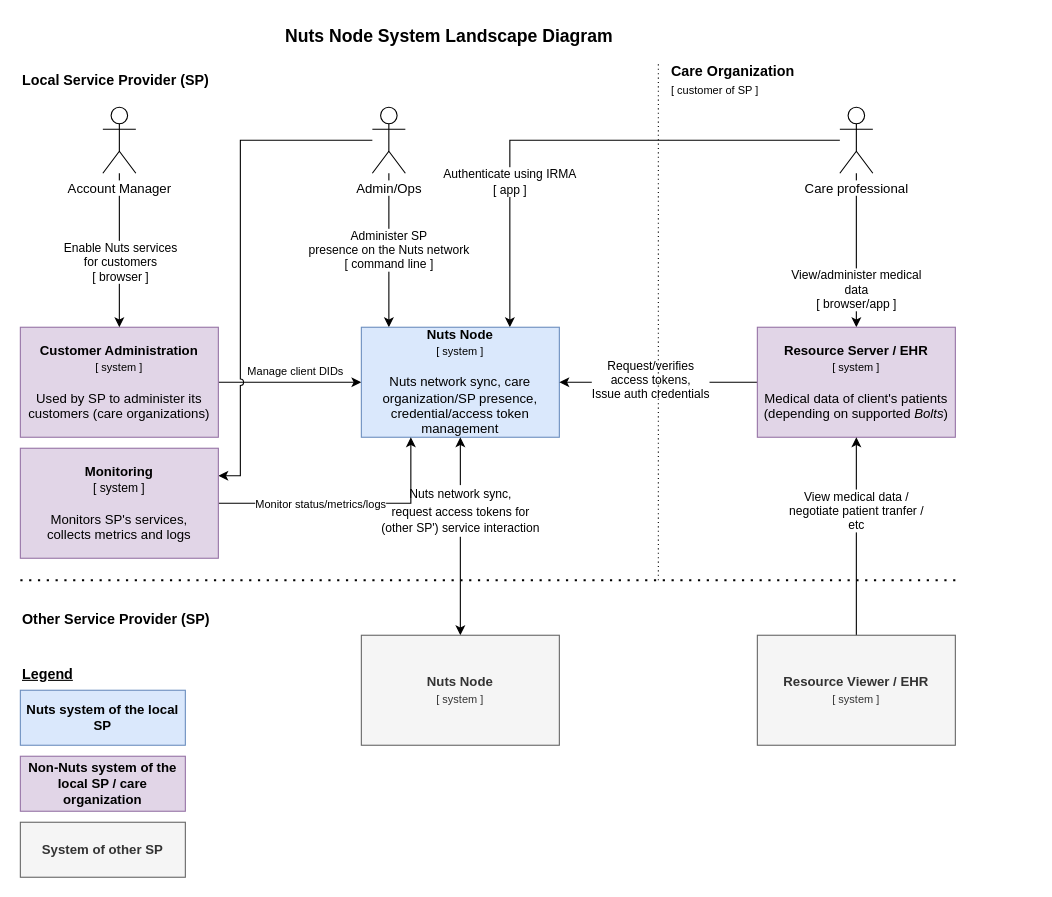
Before: page "System Landscape Diagram" (2 of 2) of docs/diagrams/deployment-diagram.drawio in nuts-foundation/nuts-node, a draw.io diagram. Source tidied: cells renumbered, new cells numbered last; positions are measured from the earlier drawing's top-left corner, leaving out a move shared by most shapes. Both pictures are drawn from the tidied source at 110%, with x=0, y=0 at pixel (20, 19).
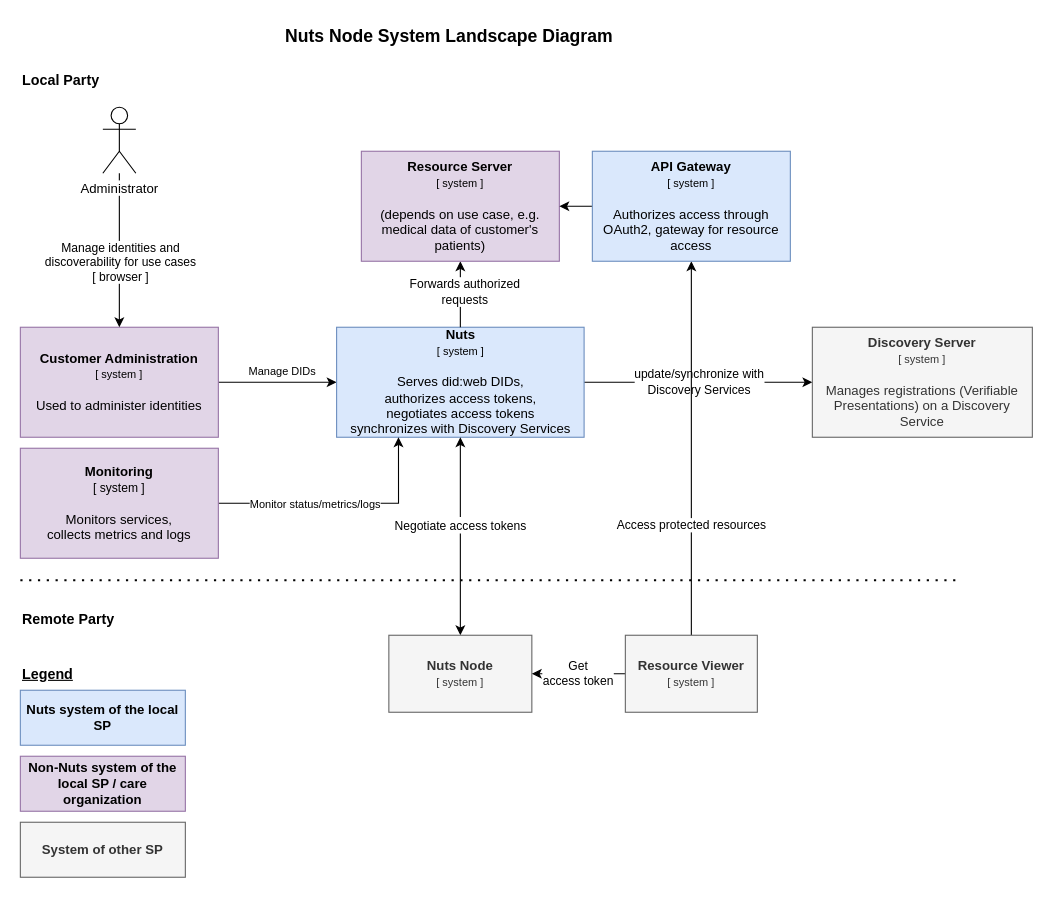
Above is the later version.

Unchanged cells that the change refers to:
```xml
<mxCell id="14" style="edgeStyle=orthogonalEdgeStyle;rounded=0;jettySize=auto;html=1;fontSize=10;entryX=0.5;entryY=0;entryDx=0;entryDy=0;" parent="1" edge="1" source="16" target="3">
  <mxGeometry relative="1" as="geometry" />
</mxCell>
```

Diff of the diagram source:
```diff
@@
-    <mxCell id="2" value="Manage client DIDs" style="edgeStyle=orthogonalEdgeStyle;rounded=0;jettySize=auto;html=1;fontSize=10;entryX=0;entryY=0.5;entryDx=0;entryDy=0;" parent="1" edge="1" source="3" target="10">
+    <mxCell id="2" value="Manage DIDs" style="edgeStyle=orthogonalEdgeStyle;rounded=0;jettySize=auto;html=1;fontSize=10;entryX=0;entryY=0.5;entryDx=0;entryDy=0;" parent="1" edge="1" source="3" target="10">
       <mxGeometry x="0.08" y="10" relative="1" as="geometry" />
     </mxCell>
-    <mxCell id="3" value="&lt;b&gt;Customer Administration&lt;br&gt;&lt;/b&gt;&lt;font style=&quot;font-size: 10px;&quot;&gt;[ system ]&lt;/font&gt;&lt;br&gt;&lt;br&gt;Used by SP to administer its customers (care organizations)" style="rounded=0;whiteSpace=wrap;html=1;fillColor=#e1d5e7;strokeColor=#9673a6;" parent="1" vertex="1">
+    <mxCell id="3" value="&lt;b&gt;Customer Administration&lt;br&gt;&lt;/b&gt;&lt;font style=&quot;font-size: 10px;&quot;&gt;[ system ]&lt;/font&gt;&lt;br&gt;&lt;br&gt;Used to administer identities" style="rounded=0;whiteSpace=wrap;html=1;fillColor=#e1d5e7;strokeColor=#9673a6;" parent="1" vertex="1">
       <mxGeometry y="280" width="180" height="100" as="geometry" />
     </mxCell>
-    <mxCell id="4" value="Administer SP&lt;br&gt;presence on the Nuts network&lt;br&gt;[ command line ]" style="edgeStyle=orthogonalEdgeStyle;rounded=0;jettySize=auto;html=1;entryX=0.139;entryY=0;entryDx=0;entryDy=0;entryPerimeter=0;" parent="1" edge="1" source="6" target="10">
-      <mxGeometry relative="1" as="geometry" />
-    </mxCell>
-    <mxCell id="5" style="edgeStyle=orthogonalEdgeStyle;rounded=0;jettySize=auto;html=1;fontSize=10;strokeWidth=1;entryX=1;entryY=0.25;entryDx=0;entryDy=0;jumpStyle=arc;" parent="1" edge="1" source="6" target="33">
-      <mxGeometry relative="1" as="geometry">
-        <Array as="points">
-          <mxPoint x="200" y="110" />
-          <mxPoint x="200" y="415" />
-        </Array>
-      </mxGeometry>
-    </mxCell>
-    <mxCell id="6" value="&lt;span style=&quot;background-color: rgb(255, 255, 255);&quot;&gt;Admin/Ops&lt;br&gt;&lt;/span&gt;" style="shape=umlActor;verticalLabelPosition=bottom;verticalAlign=top;html=1;outlineConnect=0;" parent="1" vertex="1">
-      <mxGeometry x="320" y="80" width="30" height="60" as="geometry" />
-    </mxCell>
-    <mxCell id="7" value="Authenticate using IRMA&lt;br&gt;[ app ]" style="edgeStyle=orthogonalEdgeStyle;rounded=0;jettySize=auto;html=1;entryX=0.75;entryY=0;entryDx=0;entryDy=0;" parent="1" edge="1" source="9" target="10">
-      <mxGeometry x="0.44" relative="1" as="geometry" />
-    </mxCell>
-    <mxCell id="8" value="&lt;font style=&quot;font-size: 11px;&quot;&gt;View/administer medical&lt;br&gt;data&lt;br&gt;[ browser/app ]&lt;br&gt;&lt;/font&gt;" style="edgeStyle=orthogonalEdgeStyle;rounded=0;jettySize=auto;html=1;fontSize=10;entryX=0.5;entryY=0;entryDx=0;entryDy=0;" parent="1" edge="1" source="9" target="13">
-      <mxGeometry x="0.52" relative="1" as="geometry" />
-    </mxCell>
-    <mxCell id="9" value="&lt;span style=&quot;background-color: rgb(255, 255, 255);&quot;&gt;Care professional&lt;br&gt;&lt;/span&gt;" style="shape=umlActor;verticalLabelPosition=bottom;verticalAlign=top;html=1;outlineConnect=0;" parent="1" vertex="1">
-      <mxGeometry x="745" y="80" width="30" height="60" as="geometry" />
-    </mxCell>
+    <mxCell id="34" value="update/synchronize with&lt;div&gt;Discovery Services&lt;/div&gt;" style="edgeStyle=orthogonalEdgeStyle;rounded=0;jettySize=auto;html=1;entryX=0;entryY=0.5;entryDx=0;entryDy=0;" parent="1" edge="1" source="10" target="38">
+      <mxGeometry relative="1" as="geometry" />
+    </mxCell>
-    <mxCell id="10" value="&lt;b&gt;Nuts Node&lt;br&gt;&lt;/b&gt;&lt;font style=&quot;font-size: 10px;&quot;&gt;[ system ]&lt;/font&gt;&lt;br&gt;&lt;br&gt;Nuts network sync, care organization/SP presence, credential/access token management" style="rounded=0;whiteSpace=wrap;html=1;fillColor=#dae8fc;strokeColor=#6c8ebf;" parent="1" vertex="1">
-      <mxGeometry x="310" y="280" width="180" height="100" as="geometry" />
+    <mxCell id="10" value="&lt;b&gt;Nuts&lt;br&gt;&lt;/b&gt;&lt;font style=&quot;font-size: 10px;&quot;&gt;[ system ]&lt;/font&gt;&lt;br&gt;&lt;br&gt;Serves did:web DIDs,&lt;div&gt;authorizes access tokens,&lt;/div&gt;&lt;div&gt;negotiates access tokens&lt;/div&gt;&lt;div&gt;synchronizes with Discovery Services&lt;/div&gt;" style="rounded=0;whiteSpace=wrap;html=1;fillColor=#dae8fc;strokeColor=#6c8ebf;" parent="1" vertex="1">
+      <mxGeometry x="287.5" y="280" width="225" height="100" as="geometry" />
     </mxCell>
-    <mxCell id="11" style="edgeStyle=orthogonalEdgeStyle;rounded=0;jettySize=auto;html=1;fontSize=11;strokeWidth=1;" parent="1" edge="1" source="13" target="10">
+    <mxCell id="11" style="edgeStyle=orthogonalEdgeStyle;rounded=0;jettySize=auto;html=1;fontSize=11;strokeWidth=1;entryX=0.5;entryY=1;entryDx=0;entryDy=0;exitX=0.5;exitY=0;exitDx=0;exitDy=0;" parent="1" edge="1" source="10" target="13">
       <mxGeometry relative="1" as="geometry" />
     </mxCell>
-    <mxCell id="12" value="Request/verifies&lt;br&gt;access tokens,&lt;br&gt;Issue auth credentials" style="edgeLabel;html=1;align=center;verticalAlign=middle;fontSize=11;" parent="11" vertex="1">
+    <mxCell id="12" value="Forwards authorized&lt;div&gt;requests&lt;/div&gt;" style="edgeLabel;html=1;align=center;verticalAlign=middle;fontSize=11;" parent="11" vertex="1">
       <mxGeometry x="0.09" y="-3" relative="1" as="geometry" />
     </mxCell>
-    <mxCell id="13" value="&lt;font style=&quot;&quot;&gt;&lt;b&gt;Resource Server / EHR&lt;br&gt;&lt;/b&gt;&lt;/font&gt;&lt;font style=&quot;font-size: 10px;&quot;&gt;[ system ]&lt;/font&gt;&lt;br&gt;&lt;br&gt;Medical data of client's patients&lt;br&gt;(depending on supported&amp;nbsp;&lt;i&gt;Bolts&lt;/i&gt;)" style="rounded=0;whiteSpace=wrap;html=1;fillColor=#e1d5e7;strokeColor=#9673a6;" parent="1" vertex="1">
-      <mxGeometry x="670" y="280" width="180" height="100" as="geometry" />
+    <mxCell id="13" value="&lt;font style=&quot;&quot;&gt;&lt;b&gt;Resource Server&lt;br&gt;&lt;/b&gt;&lt;/font&gt;&lt;font style=&quot;font-size: 10px;&quot;&gt;[ system ]&lt;/font&gt;&lt;br&gt;&lt;br&gt;(depends on use case, e.g. medical data of customer's patients)" style="rounded=0;whiteSpace=wrap;html=1;fillColor=#e1d5e7;strokeColor=#9673a6;" parent="1" vertex="1">
+      <mxGeometry x="310" y="120" width="180" height="100" as="geometry" />
     </mxCell>
@@
-    <mxCell id="15" value="&lt;font style=&quot;font-size: 11px;&quot;&gt;Enable Nuts services&lt;br&gt;for customers&lt;br&gt;[ browser ]&lt;br&gt;&lt;/font&gt;" style="edgeLabel;html=1;align=center;verticalAlign=middle;fontSize=10;" parent="14" vertex="1">
+    <mxCell id="15" value="&lt;font style=&quot;font-size: 11px;&quot;&gt;Manage identities and&lt;div style=&quot;font-size: 10px;&quot;&gt;&lt;font style=&quot;font-size: 11px;&quot;&gt;discoverability for use cases&lt;br&gt;[ browser ]&lt;/font&gt;&lt;/div&gt;&lt;/font&gt;" style="edgeLabel;html=1;align=center;verticalAlign=middle;fontSize=10;" parent="14" vertex="1">
       <mxGeometry x="-0.09" y="2" relative="1" as="geometry">
         <mxPoint x="-2" y="16" as="offset" />
       </mxGeometry>
     </mxCell>
-    <mxCell id="16" value="&lt;span style=&quot;background-color: rgb(255, 255, 255);&quot;&gt;Account Manager&lt;br&gt;&lt;/span&gt;" style="shape=umlActor;verticalLabelPosition=bottom;verticalAlign=top;html=1;outlineConnect=0;" parent="1" vertex="1">
+    <mxCell id="16" value="&lt;span style=&quot;background-color: rgb(255, 255, 255);&quot;&gt;Administrator&lt;br&gt;&lt;/span&gt;" style="shape=umlActor;verticalLabelPosition=bottom;verticalAlign=top;html=1;outlineConnect=0;" parent="1" vertex="1">
       <mxGeometry x="75" y="80" width="30" height="60" as="geometry" />
     </mxCell>
-    <mxCell id="17" value="Local Service Provider (SP)" style="text;html=1;strokeColor=none;fillColor=none;align=left;verticalAlign=middle;whiteSpace=wrap;rounded=0;dashed=1;fontSize=13;fontStyle=1;" parent="1" vertex="1">
+    <mxCell id="17" value="Local Party" style="text;html=1;strokeColor=none;fillColor=none;align=left;verticalAlign=middle;whiteSpace=wrap;rounded=0;dashed=1;fontSize=13;fontStyle=1;" parent="1" vertex="1">
       <mxGeometry y="40" width="180" height="30" as="geometry" />
     </mxCell>
-    <mxCell id="18" value="&lt;font style=&quot;font-size: 11px;&quot;&gt;View medical data /&lt;br&gt;negotiate patient tranfer /&lt;br&gt;etc&lt;/font&gt;" style="edgeStyle=orthogonalEdgeStyle;rounded=0;jettySize=auto;html=1;fontSize=10;entryX=0.5;entryY=1;entryDx=0;entryDy=0;exitX=0.5;exitY=0;exitDx=0;exitDy=0;" parent="1" edge="1" source="21" target="13">
-      <mxGeometry x="0.25" relative="1" as="geometry" />
+    <mxCell id="18" value="&lt;span style=&quot;font-size: 11px;&quot;&gt;Access protected resources&lt;/span&gt;" style="edgeStyle=orthogonalEdgeStyle;rounded=0;jettySize=auto;html=1;fontSize=10;exitX=0.5;exitY=0;exitDx=0;exitDy=0;" parent="1" edge="1" source="21" target="37">
+      <mxGeometry x="-0.41" relative="1" as="geometry" />
     </mxCell>
-    <mxCell id="19" value="&lt;font style=&quot;font-size: 11px;&quot;&gt;Nuts network sync,&lt;br&gt;request access tokens for&lt;br&gt;(other SP') service interaction&lt;/font&gt;" style="edgeStyle=orthogonalEdgeStyle;rounded=0;jettySize=auto;html=1;fontSize=13;entryX=0.5;entryY=1;entryDx=0;entryDy=0;startArrow=classic;startFill=1;" parent="1" edge="1" source="20" target="10">
-      <mxGeometry x="0.25" relative="1" as="geometry" />
+    <mxCell id="19" value="&lt;span style=&quot;font-size: 11px;&quot;&gt;Negotiate access tokens&lt;/span&gt;" style="edgeStyle=orthogonalEdgeStyle;rounded=0;jettySize=auto;html=1;fontSize=13;entryX=0.5;entryY=1;entryDx=0;entryDy=0;startArrow=classic;startFill=1;" parent="1" edge="1" source="20" target="10">
+      <mxGeometry x="0.11" relative="1" as="geometry" />
     </mxCell>
     <mxCell id="20" value="&lt;b&gt;Nuts Node&lt;br&gt;&lt;/b&gt;&lt;font style=&quot;font-size: 10px;&quot;&gt;[ system ]&lt;/font&gt;" style="rounded=0;whiteSpace=wrap;html=1;fillColor=#f5f5f5;strokeColor=#666666;fontColor=#333333;" parent="1" vertex="1">
-      <mxGeometry x="310" y="560" width="180" height="100" as="geometry" />
+      <mxGeometry x="335" y="560" width="130" height="70" as="geometry" />
     </mxCell>
+    <mxCell id="35" value="Get&lt;div&gt;access token&lt;/div&gt;" style="edgeStyle=orthogonalEdgeStyle;rounded=0;jettySize=auto;html=1;" parent="1" edge="1" source="21" target="20">
+      <mxGeometry relative="1" as="geometry" />
+    </mxCell>
-    <mxCell id="21" value="&lt;font style=&quot;&quot;&gt;&lt;b&gt;Resource Viewer / EHR&lt;br&gt;&lt;/b&gt;&lt;/font&gt;&lt;font style=&quot;font-size: 10px;&quot;&gt;[ system ]&lt;/font&gt;" style="rounded=0;whiteSpace=wrap;html=1;fillColor=#f5f5f5;strokeColor=#666666;fontColor=#333333;" parent="1" vertex="1">
-      <mxGeometry x="670" y="560" width="180" height="100" as="geometry" />
+    <mxCell id="21" value="&lt;font style=&quot;&quot;&gt;&lt;b&gt;Resource Viewer&lt;br&gt;&lt;/b&gt;&lt;/font&gt;&lt;font style=&quot;font-size: 10px;&quot;&gt;[ system ]&lt;/font&gt;" style="rounded=0;whiteSpace=wrap;html=1;fillColor=#f5f5f5;strokeColor=#666666;fontColor=#333333;" parent="1" vertex="1">
+      <mxGeometry x="550" y="560" width="120" height="70" as="geometry" />
     </mxCell>
-    <mxCell id="22" value="Other Service Provider (SP)" style="text;html=1;strokeColor=none;fillColor=none;align=left;verticalAlign=middle;whiteSpace=wrap;rounded=0;dashed=1;fontSize=13;fontStyle=1;" parent="1" vertex="1">
+    <mxCell id="22" value="Remote Party" style="text;html=1;strokeColor=none;fillColor=none;align=left;verticalAlign=middle;whiteSpace=wrap;rounded=0;dashed=1;fontSize=13;fontStyle=1;" parent="1" vertex="1">
       <mxGeometry y="530" width="220" height="30" as="geometry" />
     </mxCell>
@@
-    <mxCell id="28" style="endArrow=none;dashed=1;html=1;dashPattern=1 3;strokeWidth=1;rounded=0;fontSize=13;" parent="1" edge="1">
-      <mxGeometry relative="1" as="geometry">
-        <mxPoint x="580" y="510" as="sourcePoint" />
-        <mxPoint x="580" y="40" as="targetPoint" />
-      </mxGeometry>
-    </mxCell>
@@
-    <mxCell id="30" value="Care Organization&lt;br&gt;&lt;span style=&quot;font-weight: normal;&quot;&gt;&lt;font style=&quot;font-size: 10px;&quot;&gt;[ customer of SP ]&lt;/font&gt;&lt;/span&gt;" style="text;html=1;strokeColor=none;fillColor=none;align=left;verticalAlign=middle;whiteSpace=wrap;rounded=0;dashed=1;fontSize=13;fontStyle=1;" parent="1" vertex="1">
-      <mxGeometry x="590" y="40" width="140" height="30" as="geometry" />
-    </mxCell>
@@
-    <mxCell id="33" value="&lt;b&gt;Monitoring&lt;br&gt;&lt;/b&gt;&lt;font style=&quot;font-size: 11px;&quot;&gt;&lt;font style=&quot;font-size: 11px;&quot;&gt;[ system ]&lt;/font&gt;&lt;br&gt;&lt;/font&gt;&lt;br&gt;Monitors SP's services,&lt;br&gt;collects metrics and logs" style="rounded=0;whiteSpace=wrap;html=1;fillColor=#e1d5e7;strokeColor=#9673a6;" parent="1" vertex="1">
+    <mxCell id="33" value="&lt;b&gt;Monitoring&lt;br&gt;&lt;/b&gt;&lt;font style=&quot;font-size: 11px;&quot;&gt;&lt;font style=&quot;font-size: 11px;&quot;&gt;[ system ]&lt;/font&gt;&lt;br&gt;&lt;/font&gt;&lt;br&gt;Monitors services,&lt;br&gt;collects metrics and logs" style="rounded=0;whiteSpace=wrap;html=1;fillColor=#e1d5e7;strokeColor=#9673a6;" parent="1" vertex="1">
       <mxGeometry y="390" width="180" height="100" as="geometry" />
     </mxCell>
+    <mxCell id="36" style="edgeStyle=orthogonalEdgeStyle;rounded=0;jettySize=auto;html=1;entryX=1;entryY=0.5;entryDx=0;entryDy=0;" parent="1" edge="1" source="37" target="13">
+      <mxGeometry relative="1" as="geometry" />
+    </mxCell>
+    <mxCell id="37" value="&lt;b&gt;API Gateway&lt;br&gt;&lt;/b&gt;&lt;font style=&quot;font-size: 10px;&quot;&gt;[ system ]&lt;/font&gt;&lt;br&gt;&lt;br&gt;Authorizes access through OAuth2, gateway for resource access" style="rounded=0;whiteSpace=wrap;html=1;fillColor=#dae8fc;strokeColor=#6c8ebf;" parent="1" vertex="1">
+      <mxGeometry x="520" y="120" width="180" height="100" as="geometry" />
+    </mxCell>
+    <mxCell id="38" value="&lt;font style=&quot;&quot;&gt;&lt;b&gt;Discovery Server&lt;br&gt;&lt;/b&gt;&lt;/font&gt;&lt;font style=&quot;font-size: 10px;&quot;&gt;[ system ]&lt;/font&gt;&lt;div&gt;&lt;font style=&quot;font-size: 10px;&quot;&gt;&lt;br&gt;&lt;/font&gt;&lt;/div&gt;&lt;div&gt;&lt;font style=&quot;font-size: 10px;&quot;&gt;&lt;span style=&quot;font-size: 12px;&quot;&gt;Manages registrations (Verifiable Presentations) on a Discovery Service&lt;/span&gt;&lt;br&gt;&lt;/font&gt;&lt;/div&gt;" style="rounded=0;whiteSpace=wrap;html=1;fillColor=#f5f5f5;strokeColor=#666666;fontColor=#333333;" parent="1" vertex="1">
+      <mxGeometry x="720" y="280" width="200" height="100" as="geometry" />
+    </mxCell>
```
